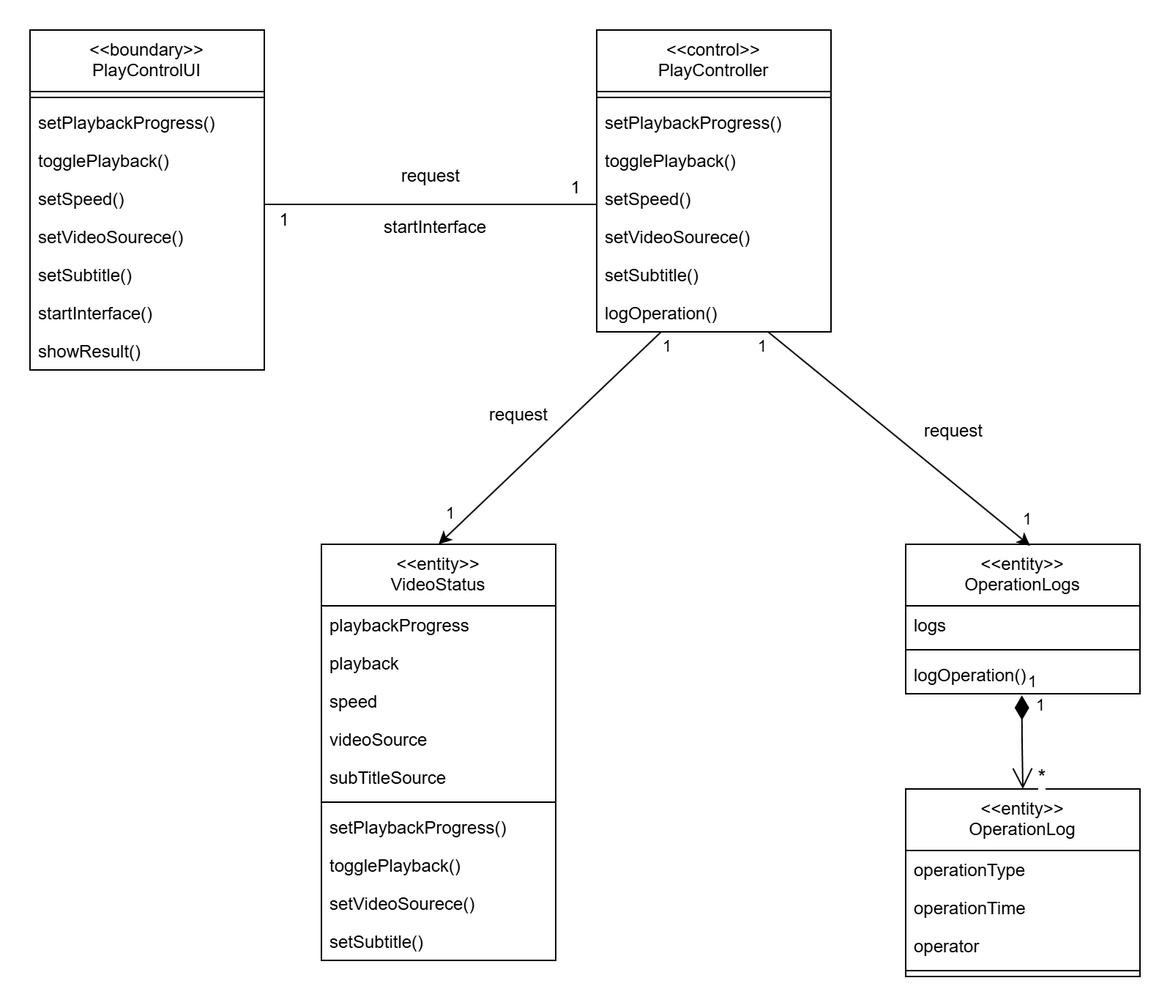
Earlier version of the draw.io export docSu/主持放映-类图.png (Danny8yo/online-private-movie-house). Source tidied: cells renumbered, new cells last; positions are measured from the earlier drawing's top-left corner, leaving out a move shared by most shapes. The source it was exported from:
```xml
<mxGraphModel>
  <root>
    <mxCell id="0" />
    <mxCell id="1" parent="0" />
    <mxCell id="2" value="&lt;&lt;entity&gt;&gt;&#10;VideoStatus" style="swimlane;fontStyle=0;align=center;verticalAlign=top;horizontal=1;startSize=42;rounded=0;shadow=0;strokeWidth=1;" parent="1" vertex="1">
      <mxGeometry x="199" y="351" width="160" height="284" as="geometry" />
    </mxCell>
    <mxCell id="3" value="playbackProgress" style="text;align=left;verticalAlign=top;spacingLeft=4;spacingRight=4;overflow=hidden;" parent="2" vertex="1">
      <mxGeometry y="42" width="160" height="26" as="geometry" />
    </mxCell>
    <mxCell id="4" value="playback" style="text;align=left;verticalAlign=top;spacingLeft=4;spacingRight=4;overflow=hidden;" parent="2" vertex="1">
      <mxGeometry y="68" width="160" height="26" as="geometry" />
    </mxCell>
    <mxCell id="5" value="speed" style="text;align=left;verticalAlign=top;spacingLeft=4;spacingRight=4;overflow=hidden;" parent="2" vertex="1">
      <mxGeometry y="94" width="160" height="26" as="geometry" />
    </mxCell>
    <mxCell id="6" value="videoSource" style="text;align=left;verticalAlign=top;spacingLeft=4;spacingRight=4;overflow=hidden;" parent="2" vertex="1">
      <mxGeometry y="120" width="160" height="26" as="geometry" />
    </mxCell>
    <mxCell id="7" value="subTitleSource" style="text;align=left;verticalAlign=top;spacingLeft=4;spacingRight=4;overflow=hidden;" parent="2" vertex="1">
      <mxGeometry y="146" width="160" height="26" as="geometry" />
    </mxCell>
    <mxCell id="8" style="line;html=1;strokeWidth=1;align=left;verticalAlign=middle;spacingTop=-1;spacingLeft=3;spacingRight=3;labelPosition=right;" parent="2" vertex="1">
      <mxGeometry y="172" width="160" height="8" as="geometry" />
    </mxCell>
    <mxCell id="9" value="setPlaybackProgress()" style="text;align=left;verticalAlign=top;spacingLeft=4;spacingRight=4;overflow=hidden;" parent="2" vertex="1">
      <mxGeometry y="180" width="160" height="26" as="geometry" />
    </mxCell>
    <mxCell id="10" value="togglePlayback()" style="text;align=left;verticalAlign=top;spacingLeft=4;spacingRight=4;overflow=hidden;" parent="2" vertex="1">
      <mxGeometry y="206" width="160" height="26" as="geometry" />
    </mxCell>
    <mxCell id="11" value="setVideoSourece()" style="text;align=left;verticalAlign=top;spacingLeft=4;spacingRight=4;overflow=hidden;" parent="2" vertex="1">
      <mxGeometry y="232" width="160" height="26" as="geometry" />
    </mxCell>
    <mxCell id="12" value="setSubtitle()" style="text;align=left;verticalAlign=top;spacingLeft=4;spacingRight=4;overflow=hidden;" parent="2" vertex="1">
      <mxGeometry y="258" width="160" height="26" as="geometry" />
    </mxCell>
    <mxCell id="13" value="&lt;&lt;boundary&gt;&gt;&#10;PlayControlUI" style="swimlane;fontStyle=0;align=center;verticalAlign=top;horizontal=1;startSize=42;rounded=0;shadow=0;strokeWidth=1;absoluteArcSize=0;" parent="1" vertex="1">
      <mxGeometry width="160" height="232" as="geometry" />
    </mxCell>
    <mxCell id="14" style="line;html=1;strokeWidth=1;align=left;verticalAlign=middle;spacingTop=-1;spacingLeft=3;spacingRight=3;labelPosition=right;" parent="13" vertex="1">
      <mxGeometry y="42" width="160" height="8" as="geometry" />
    </mxCell>
    <mxCell id="15" value="setPlaybackProgress()" style="text;align=left;verticalAlign=top;spacingLeft=4;spacingRight=4;overflow=hidden;" parent="13" vertex="1">
      <mxGeometry y="50" width="160" height="26" as="geometry" />
    </mxCell>
    <mxCell id="16" value="togglePlayback()" style="text;align=left;verticalAlign=top;spacingLeft=4;spacingRight=4;overflow=hidden;" parent="13" vertex="1">
      <mxGeometry y="76" width="160" height="26" as="geometry" />
    </mxCell>
    <mxCell id="17" value="setSpeed()" style="text;align=left;verticalAlign=top;spacingLeft=4;spacingRight=4;overflow=hidden;" parent="13" vertex="1">
      <mxGeometry y="102" width="160" height="26" as="geometry" />
    </mxCell>
    <mxCell id="18" value="setVideoSourece()" style="text;align=left;verticalAlign=top;spacingLeft=4;spacingRight=4;overflow=hidden;" parent="13" vertex="1">
      <mxGeometry y="128" width="160" height="26" as="geometry" />
    </mxCell>
    <mxCell id="19" value="setSubtitle()" style="text;align=left;verticalAlign=top;spacingLeft=4;spacingRight=4;overflow=hidden;" parent="13" vertex="1">
      <mxGeometry y="154" width="160" height="26" as="geometry" />
    </mxCell>
    <mxCell id="20" value="startInterface()" style="text;align=left;verticalAlign=top;spacingLeft=4;spacingRight=4;overflow=hidden;" parent="13" vertex="1">
      <mxGeometry y="180" width="160" height="26" as="geometry" />
    </mxCell>
    <mxCell id="21" value="showResult()" style="text;align=left;verticalAlign=top;spacingLeft=4;spacingRight=4;overflow=hidden;" parent="13" vertex="1">
      <mxGeometry y="206" width="160" height="26" as="geometry" />
    </mxCell>
    <mxCell id="22" value="&lt;&lt;control&gt;&gt;&#10;PlayController" style="swimlane;fontStyle=0;align=center;verticalAlign=top;horizontal=1;startSize=42;rounded=0;shadow=0;strokeWidth=1;" parent="1" vertex="1">
      <mxGeometry x="387" width="160" height="206" as="geometry" />
    </mxCell>
    <mxCell id="23" style="line;html=1;strokeWidth=1;align=left;verticalAlign=middle;spacingTop=-1;spacingLeft=3;spacingRight=3;labelPosition=right;" parent="22" vertex="1">
      <mxGeometry y="42" width="160" height="8" as="geometry" />
    </mxCell>
    <mxCell id="24" value="setPlaybackProgress()" style="text;align=left;verticalAlign=top;spacingLeft=4;spacingRight=4;overflow=hidden;" parent="22" vertex="1">
      <mxGeometry y="50" width="160" height="26" as="geometry" />
    </mxCell>
    <mxCell id="25" value="togglePlayback()" style="text;align=left;verticalAlign=top;spacingLeft=4;spacingRight=4;overflow=hidden;" parent="22" vertex="1">
      <mxGeometry y="76" width="160" height="26" as="geometry" />
    </mxCell>
    <mxCell id="26" value="setSpeed()" style="text;align=left;verticalAlign=top;spacingLeft=4;spacingRight=4;overflow=hidden;" parent="22" vertex="1">
      <mxGeometry y="102" width="160" height="26" as="geometry" />
    </mxCell>
    <mxCell id="27" value="setVideoSourece()" style="text;align=left;verticalAlign=top;spacingLeft=4;spacingRight=4;overflow=hidden;" parent="22" vertex="1">
      <mxGeometry y="128" width="160" height="26" as="geometry" />
    </mxCell>
    <mxCell id="28" value="setSubtitle()" style="text;align=left;verticalAlign=top;spacingLeft=4;spacingRight=4;overflow=hidden;" parent="22" vertex="1">
      <mxGeometry y="154" width="160" height="26" as="geometry" />
    </mxCell>
    <mxCell id="29" value="logOperation()" style="text;align=left;verticalAlign=top;spacingLeft=4;spacingRight=4;overflow=hidden;points=[[0,0.5],[1,0.5]];portConstraint=eastwest;" parent="22" vertex="1">
      <mxGeometry y="180" width="160" height="26" as="geometry" />
    </mxCell>
    <mxCell id="30" value="&lt;&lt;entity&gt;&gt;&#10;OperationLogs" style="swimlane;fontStyle=0;align=center;verticalAlign=top;horizontal=1;startSize=42;rounded=0;shadow=0;strokeWidth=1;" parent="1" vertex="1">
      <mxGeometry x="598" y="351" width="160" height="102" as="geometry" />
    </mxCell>
    <mxCell id="31" value="logs" style="text;align=left;verticalAlign=top;spacingLeft=4;spacingRight=4;overflow=hidden;" parent="30" vertex="1">
      <mxGeometry y="42" width="160" height="26" as="geometry" />
    </mxCell>
    <mxCell id="32" style="line;html=1;strokeWidth=1;align=left;verticalAlign=middle;spacingTop=-1;spacingLeft=3;spacingRight=3;labelPosition=right;" parent="30" vertex="1">
      <mxGeometry y="68" width="160" height="8" as="geometry" />
    </mxCell>
    <mxCell id="33" value="logOperation()" style="text;align=left;verticalAlign=top;spacingLeft=4;spacingRight=4;overflow=hidden;points=[[0,0.5],[1,0.5]];portConstraint=eastwest;" parent="30" vertex="1">
      <mxGeometry y="76" width="160" height="26" as="geometry" />
    </mxCell>
    <mxCell id="34" value="&lt;&lt;entity&gt;&gt;&#10;OperationLog" style="swimlane;fontStyle=0;align=center;verticalAlign=top;horizontal=1;startSize=42;rounded=0;shadow=0;strokeWidth=1;" parent="1" vertex="1">
      <mxGeometry x="598" y="518" width="160" height="128" as="geometry" />
    </mxCell>
    <mxCell id="35" value="operationType" style="text;align=left;verticalAlign=top;spacingLeft=4;spacingRight=4;overflow=hidden;" parent="34" vertex="1">
      <mxGeometry y="42" width="160" height="26" as="geometry" />
    </mxCell>
    <mxCell id="36" value="operationTime" style="text;align=left;verticalAlign=top;spacingLeft=4;spacingRight=4;overflow=hidden;" parent="34" vertex="1">
      <mxGeometry y="68" width="160" height="26" as="geometry" />
    </mxCell>
    <mxCell id="37" value="operator" style="text;align=left;verticalAlign=top;spacingLeft=4;spacingRight=4;overflow=hidden;" parent="34" vertex="1">
      <mxGeometry y="94" width="160" height="26" as="geometry" />
    </mxCell>
    <mxCell id="38" style="line;html=1;strokeWidth=1;align=left;verticalAlign=middle;spacingTop=-1;spacingLeft=3;spacingRight=3;labelPosition=right;" parent="34" vertex="1">
      <mxGeometry y="120" width="160" height="8" as="geometry" />
    </mxCell>
    <mxCell id="39" style="endArrow=classic;html=1;rounded=0;entryX=0.5;entryY=0;entryDx=0;entryDy=0;exitX=0.273;exitY=1.013;exitDx=0;exitDy=0;exitPerimeter=0;" parent="1" edge="1" source="29" target="2">
      <mxGeometry relative="1" as="geometry" />
    </mxCell>
    <mxCell id="40" value="1" style="edgeLabel;html=1;align=center;verticalAlign=middle;" parent="39" vertex="1">
      <mxGeometry x="-0.8" y="2" relative="1" as="geometry">
        <mxPoint x="18" y="-7" as="offset" />
      </mxGeometry>
    </mxCell>
    <mxCell id="41" value="1" style="edgeLabel;html=1;align=center;verticalAlign=middle;" parent="39" vertex="1">
      <mxGeometry x="0.72" relative="1" as="geometry">
        <mxPoint x="-14" y="-1" as="offset" />
      </mxGeometry>
    </mxCell>
    <mxCell id="42" style="endArrow=classic;html=1;rounded=0;exitX=0.697;exitY=0.949;exitDx=0;exitDy=0;exitPerimeter=0;" parent="1" edge="1">
      <mxGeometry relative="1" as="geometry">
        <mxPoint x="504" y="206" as="sourcePoint" />
        <mxPoint x="683" y="352" as="targetPoint" />
      </mxGeometry>
    </mxCell>
    <mxCell id="43" value="1" style="edgeLabel;html=1;align=center;verticalAlign=middle;" parent="42" vertex="1">
      <mxGeometry x="-0.82" relative="1" as="geometry">
        <mxPoint x="-21" y="-4" as="offset" />
      </mxGeometry>
    </mxCell>
    <mxCell id="44" value="1" style="edgeLabel;html=1;align=center;verticalAlign=middle;" parent="42" vertex="1">
      <mxGeometry x="0.79" y="1" relative="1" as="geometry">
        <mxPoint x="16" y="-2" as="offset" />
      </mxGeometry>
    </mxCell>
    <mxCell id="45" value="1" style="endArrow=open;html=1;endSize=12;startArrow=diamondThin;startSize=14;startFill=1;edgeStyle=orthogonalEdgeStyle;align=left;verticalAlign=bottom;rounded=0;exitX=0.496;exitY=1.043;exitDx=0;exitDy=0;exitPerimeter=0;entryX=0.5;entryY=0;entryDx=0;entryDy=0;" parent="1" edge="1" source="33" target="34">
      <mxGeometry x="-1" y="3" relative="1" as="geometry">
        <Array as="points">
          <mxPoint x="677" y="480" />
        </Array>
      </mxGeometry>
    </mxCell>
    <mxCell id="46" value="1" style="edgeLabel;html=1;align=center;verticalAlign=middle;" parent="45" vertex="1">
      <mxGeometry x="-0.3" relative="1" as="geometry">
        <mxPoint x="12" y="-16" as="offset" />
      </mxGeometry>
    </mxCell>
    <mxCell id="47" value="*" style="edgeLabel;html=1;align=center;verticalAlign=middle;fontSize=14;" parent="45" vertex="1">
      <mxGeometry x="0.46" y="1" relative="1" as="geometry">
        <mxPoint x="12" y="9" as="offset" />
      </mxGeometry>
    </mxCell>
    <mxCell id="48" style="line;strokeWidth=1;fillColor=none;align=left;verticalAlign=middle;spacingTop=-1;spacingLeft=3;spacingRight=3;labelPosition=right;strokeColor=inherit;" parent="1" vertex="1">
      <mxGeometry x="160" y="115" width="227" height="8" as="geometry" />
    </mxCell>
    <mxCell id="49" value="1" style="text;html=1;whiteSpace=wrap;strokeColor=none;fillColor=none;align=center;verticalAlign=middle;rounded=0;" parent="1" vertex="1">
      <mxGeometry x="144" y="115" width="60" height="30" as="geometry" />
    </mxCell>
    <mxCell id="50" value="1" style="text;html=1;whiteSpace=wrap;strokeColor=none;fillColor=none;align=center;verticalAlign=middle;rounded=0;" parent="1" vertex="1">
      <mxGeometry x="343" y="93" width="60" height="30" as="geometry" />
    </mxCell>
    <mxCell id="51" value="startInterface" style="text;html=1;whiteSpace=wrap;strokeColor=none;fillColor=none;align=center;verticalAlign=middle;rounded=0;" parent="1" vertex="1">
      <mxGeometry x="247" y="120" width="60" height="30" as="geometry" />
    </mxCell>
    <mxCell id="52" value="request" style="text;html=1;whiteSpace=wrap;strokeColor=none;fillColor=none;align=center;verticalAlign=middle;rounded=0;" parent="1" vertex="1">
      <mxGeometry x="243.5" y="85" width="60" height="30" as="geometry" />
    </mxCell>
    <mxCell id="53" value="request" style="text;html=1;whiteSpace=wrap;strokeColor=none;fillColor=none;align=center;verticalAlign=middle;rounded=0;" parent="1" vertex="1">
      <mxGeometry x="303.5" y="248" width="60" height="30" as="geometry" />
    </mxCell>
    <mxCell id="54" value="request" style="text;html=1;whiteSpace=wrap;strokeColor=none;fillColor=none;align=center;verticalAlign=middle;rounded=0;" parent="1" vertex="1">
      <mxGeometry x="601" y="259" width="60" height="30" as="geometry" />
    </mxCell>
  </root>
</mxGraphModel>
```
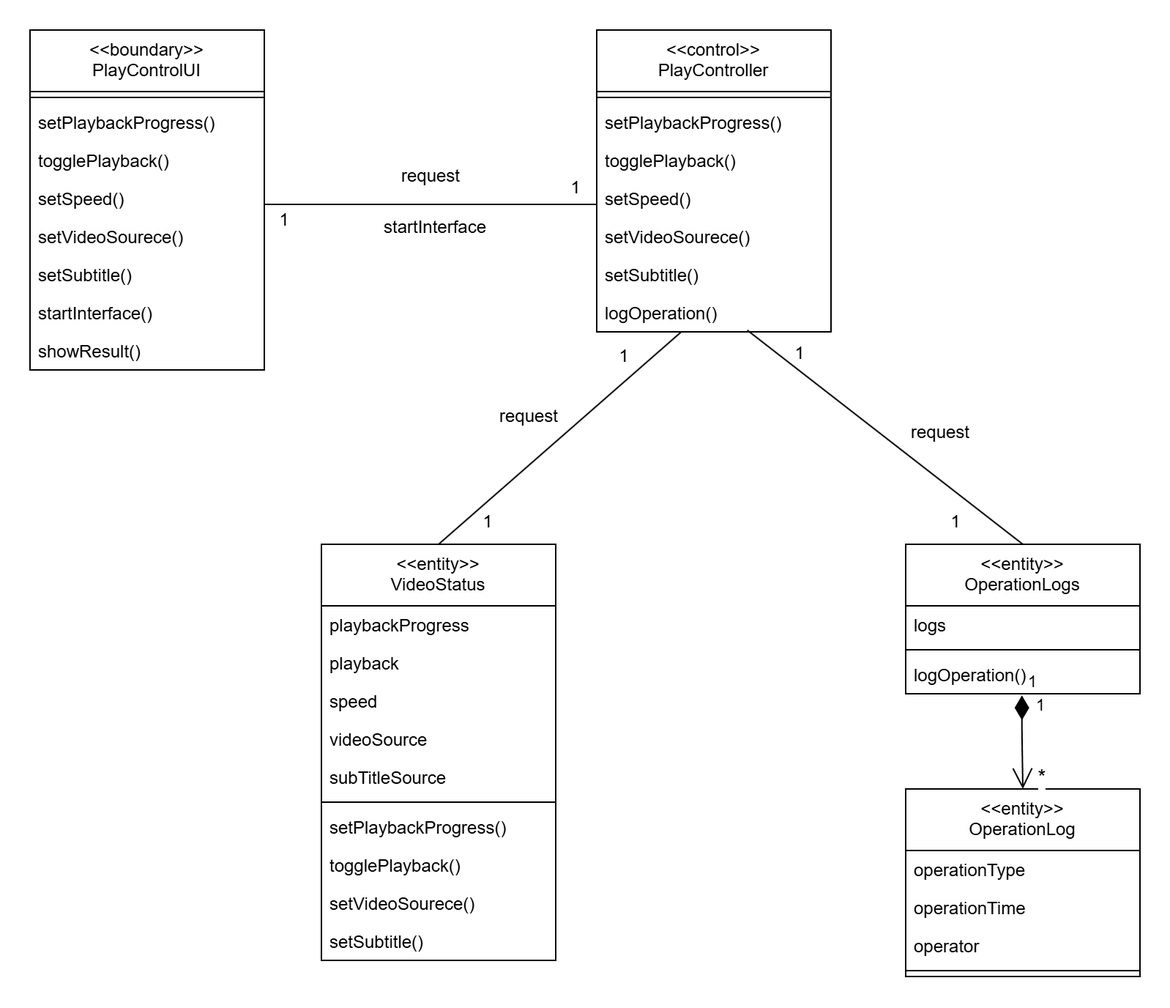
After the commit.

Commit message:
新增主持放映顺序图

The edit, as a diff of the source:
```diff
@@ -113,35 +113,6 @@
     <mxCell id="38" style="line;html=1;strokeWidth=1;align=left;verticalAlign=middle;spacingTop=-1;spacingLeft=3;spacingRight=3;labelPosition=right;" parent="34" vertex="1">
       <mxGeometry y="120" width="160" height="8" as="geometry" />
     </mxCell>
-    <mxCell id="39" style="endArrow=classic;html=1;rounded=0;entryX=0.5;entryY=0;entryDx=0;entryDy=0;exitX=0.273;exitY=1.013;exitDx=0;exitDy=0;exitPerimeter=0;" parent="1" edge="1" source="29" target="2">
-      <mxGeometry relative="1" as="geometry" />
-    </mxCell>
-    <mxCell id="40" value="1" style="edgeLabel;html=1;align=center;verticalAlign=middle;" parent="39" vertex="1">
-      <mxGeometry x="-0.8" y="2" relative="1" as="geometry">
-        <mxPoint x="18" y="-7" as="offset" />
-      </mxGeometry>
-    </mxCell>
-    <mxCell id="41" value="1" style="edgeLabel;html=1;align=center;verticalAlign=middle;" parent="39" vertex="1">
-      <mxGeometry x="0.72" relative="1" as="geometry">
-        <mxPoint x="-14" y="-1" as="offset" />
-      </mxGeometry>
-    </mxCell>
-    <mxCell id="42" style="endArrow=classic;html=1;rounded=0;exitX=0.697;exitY=0.949;exitDx=0;exitDy=0;exitPerimeter=0;" parent="1" edge="1">
-      <mxGeometry relative="1" as="geometry">
-        <mxPoint x="504" y="206" as="sourcePoint" />
-        <mxPoint x="683" y="352" as="targetPoint" />
-      </mxGeometry>
-    </mxCell>
-    <mxCell id="43" value="1" style="edgeLabel;html=1;align=center;verticalAlign=middle;" parent="42" vertex="1">
-      <mxGeometry x="-0.82" relative="1" as="geometry">
-        <mxPoint x="-21" y="-4" as="offset" />
-      </mxGeometry>
-    </mxCell>
-    <mxCell id="44" value="1" style="edgeLabel;html=1;align=center;verticalAlign=middle;" parent="42" vertex="1">
-      <mxGeometry x="0.79" y="1" relative="1" as="geometry">
-        <mxPoint x="16" y="-2" as="offset" />
-      </mxGeometry>
-    </mxCell>
     <mxCell id="45" value="1" style="endArrow=open;html=1;endSize=12;startArrow=diamondThin;startSize=14;startFill=1;edgeStyle=orthogonalEdgeStyle;align=left;verticalAlign=bottom;rounded=0;exitX=0.496;exitY=1.043;exitDx=0;exitDy=0;exitPerimeter=0;entryX=0.5;entryY=0;entryDx=0;entryDy=0;" parent="1" edge="1" source="33" target="34">
       <mxGeometry x="-1" y="3" relative="1" as="geometry">
         <Array as="points">
@@ -175,10 +146,28 @@
       <mxGeometry x="243.5" y="85" width="60" height="30" as="geometry" />
     </mxCell>
     <mxCell id="53" value="request" style="text;html=1;whiteSpace=wrap;strokeColor=none;fillColor=none;align=center;verticalAlign=middle;rounded=0;" parent="1" vertex="1">
-      <mxGeometry x="303.5" y="248" width="60" height="30" as="geometry" />
+      <mxGeometry x="311" y="249" width="60" height="30" as="geometry" />
     </mxCell>
     <mxCell id="54" value="request" style="text;html=1;whiteSpace=wrap;strokeColor=none;fillColor=none;align=center;verticalAlign=middle;rounded=0;" parent="1" vertex="1">
-      <mxGeometry x="601" y="259" width="60" height="30" as="geometry" />
+      <mxGeometry x="592" y="260" width="60" height="30" as="geometry" />
     </mxCell>
+    <mxCell id="55" style="endArrow=none;html=1;rounded=0;entryX=0.359;entryY=1.012;entryDx=0;entryDy=0;entryPerimeter=0;exitX=0.5;exitY=0;exitDx=0;exitDy=0;" parent="1" edge="1" source="2" target="29">
+      <mxGeometry relative="1" as="geometry" />
+    </mxCell>
+    <mxCell id="56" style="endArrow=none;html=1;rounded=0;entryX=0.643;entryY=0.959;entryDx=0;entryDy=0;entryPerimeter=0;exitX=0.5;exitY=0;exitDx=0;exitDy=0;" parent="1" edge="1" source="30" target="29">
+      <mxGeometry relative="1" as="geometry" />
+    </mxCell>
+    <mxCell id="57" value="1" style="text;html=1;whiteSpace=wrap;strokeColor=none;fillColor=none;align=center;verticalAlign=middle;rounded=0;" parent="1" vertex="1">
+      <mxGeometry x="376" y="208" width="60" height="30" as="geometry" />
+    </mxCell>
+    <mxCell id="58" value="1" style="text;html=1;whiteSpace=wrap;strokeColor=none;fillColor=none;align=center;verticalAlign=middle;rounded=0;" parent="1" vertex="1">
+      <mxGeometry x="283" y="321" width="60" height="30" as="geometry" />
+    </mxCell>
+    <mxCell id="59" value="1" style="text;html=1;whiteSpace=wrap;strokeColor=none;fillColor=none;align=center;verticalAlign=middle;rounded=0;" parent="1" vertex="1">
+      <mxGeometry x="496" y="206" width="60" height="30" as="geometry" />
+    </mxCell>
+    <mxCell id="60" value="1" style="text;html=1;whiteSpace=wrap;strokeColor=none;fillColor=none;align=center;verticalAlign=middle;rounded=0;" parent="1" vertex="1">
+      <mxGeometry x="598" y="321" width="69" height="30" as="geometry" />
+    </mxCell>
   </root>
 </mxGraphModel>
```
